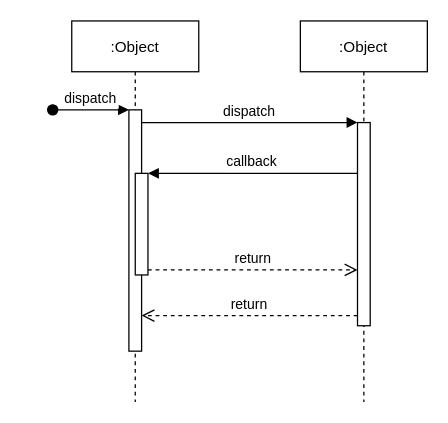
dessertss/Scytale keeps this draw.io diagram as remote attestation Diagram.drawio. Above is the earlier version. Source tidied: cells renumbered, new cells numbered last; positions are measured from the earlier drawing's top-left corner, leaving out a move shared by most shapes. Both pictures are drawn from the tidied source at 127%, with x=0, y=0 at pixel (52, 20).
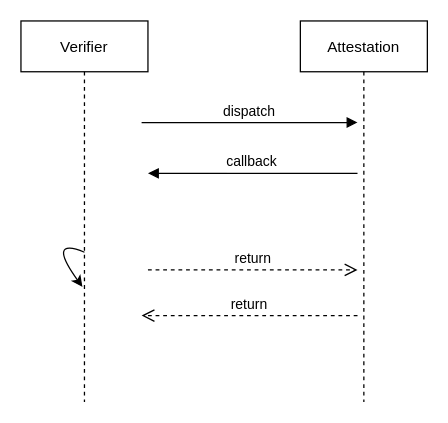
The same diagram, later.

The edit, as a diff of the source:
```diff
@@
 <mxGraphModel>
   <root>
     <mxCell id="0" />
     <mxCell id="1" parent="0" />
-    <mxCell id="2" value=":Object" style="shape=umlLifeline;perimeter=lifelinePerimeter;rounded=0;shadow=0;strokeWidth=1;" parent="1" vertex="1">
-      <mxGeometry x="15" width="100" height="300" as="geometry" />
+    <mxCell id="2" value="Verifier" style="shape=umlLifeline;perimeter=lifelinePerimeter;rounded=0;shadow=0;strokeWidth=1;fillColor=default;strokeColor=default;fontColor=default;size=40;" parent="1" vertex="1">
+      <mxGeometry x="-25" width="100" height="300" as="geometry" />
     </mxCell>
-    <mxCell id="3" style="points=[];perimeter=orthogonalPerimeter;rounded=0;shadow=0;strokeWidth=1;" parent="2" vertex="1">
-      <mxGeometry x="45" y="70" width="10" height="190" as="geometry" />
-    </mxCell>
-    <mxCell id="4" value="dispatch" style="verticalAlign=bottom;startArrow=oval;endArrow=block;startSize=8;shadow=0;strokeWidth=1;" parent="2" edge="1" target="3">
-      <mxGeometry relative="1" as="geometry">
-        <mxPoint x="-15" y="70" as="sourcePoint" />
-      </mxGeometry>
-    </mxCell>
-    <mxCell id="5" style="points=[];perimeter=orthogonalPerimeter;rounded=0;shadow=0;strokeWidth=1;" parent="2" vertex="1">
-      <mxGeometry x="50" y="120" width="10" height="80" as="geometry" />
-    </mxCell>
-    <mxCell id="6" value=":Object" style="shape=umlLifeline;perimeter=lifelinePerimeter;rounded=0;shadow=0;strokeWidth=1;" parent="1" vertex="1">
+    <mxCell id="6" value="Attestation" style="shape=umlLifeline;perimeter=lifelinePerimeter;rounded=0;shadow=0;strokeWidth=1;fontColor=default;" parent="1" vertex="1">
       <mxGeometry x="195" width="100" height="300" as="geometry" />
     </mxCell>
-    <mxCell id="7" style="points=[];perimeter=orthogonalPerimeter;rounded=0;shadow=0;strokeWidth=1;" parent="6" vertex="1">
-      <mxGeometry x="45" y="80" width="10" height="160" as="geometry" />
-    </mxCell>
-    <mxCell id="8" value="return" style="verticalAlign=bottom;endArrow=open;dashed=1;endSize=8;exitX=0;exitY=0.95;shadow=0;strokeWidth=1;" parent="1" edge="1" source="7" target="3">
-      <mxGeometry relative="1" as="geometry" />
+    <mxCell id="8" value="return" style="verticalAlign=bottom;endArrow=open;dashed=1;endSize=8;exitX=0;exitY=0.95;shadow=0;strokeWidth=1;" parent="1" edge="1">
+      <mxGeometry relative="1" as="geometry">
+        <mxPoint x="240" y="232" as="sourcePoint" />
+        <mxPoint x="70" y="232" as="targetPoint" />
+      </mxGeometry>
     </mxCell>
-    <mxCell id="9" value="dispatch" style="verticalAlign=bottom;endArrow=block;entryX=0;entryY=0;shadow=0;strokeWidth=1;" parent="1" edge="1" source="3" target="7">
-      <mxGeometry relative="1" as="geometry" />
+    <mxCell id="9" value="dispatch" style="verticalAlign=bottom;endArrow=block;entryX=0;entryY=0;shadow=0;strokeWidth=1;" parent="1" edge="1">
+      <mxGeometry relative="1" as="geometry">
+        <mxPoint x="70" y="80" as="sourcePoint" />
+        <mxPoint x="240" y="80" as="targetPoint" />
+      </mxGeometry>
     </mxCell>
-    <mxCell id="10" value="callback" style="verticalAlign=bottom;endArrow=block;entryX=1;entryY=0;shadow=0;strokeWidth=1;" parent="1" edge="1" source="7" target="5">
-      <mxGeometry relative="1" as="geometry" />
+    <mxCell id="10" value="callback" style="verticalAlign=bottom;endArrow=block;entryX=1;entryY=0;shadow=0;strokeWidth=1;" parent="1" edge="1">
+      <mxGeometry relative="1" as="geometry">
+        <mxPoint x="240" y="120" as="sourcePoint" />
+        <mxPoint x="75" y="120" as="targetPoint" />
+      </mxGeometry>
     </mxCell>
-    <mxCell id="11" value="return" style="verticalAlign=bottom;endArrow=open;dashed=1;endSize=8;exitX=1;exitY=0.95;shadow=0;strokeWidth=1;" parent="1" edge="1" source="5" target="7">
-      <mxGeometry relative="1" as="geometry" />
+    <mxCell id="11" value="return" style="verticalAlign=bottom;endArrow=open;dashed=1;endSize=8;exitX=1;exitY=0.95;shadow=0;strokeWidth=1;" parent="1" edge="1">
+      <mxGeometry relative="1" as="geometry">
+        <mxPoint x="75" y="196" as="sourcePoint" />
+        <mxPoint x="240" y="196" as="targetPoint" />
+      </mxGeometry>
     </mxCell>
+    <mxCell id="12" style="curved=1;endArrow=classic;html=1;rounded=0;fontColor=default;exitX=0.5;exitY=0.607;exitDx=0;exitDy=0;exitPerimeter=0;strokeColor=default;labelBackgroundColor=default;entryX=0.484;entryY=0.698;entryDx=0;entryDy=0;entryPerimeter=0;" parent="1" edge="1" source="2" target="2">
+      <mxGeometry relative="1" as="geometry">
+        <Array as="points">
+          <mxPoint x="-5" y="170" />
+        </Array>
+      </mxGeometry>
+    </mxCell>
   </root>
 </mxGraphModel>
```
